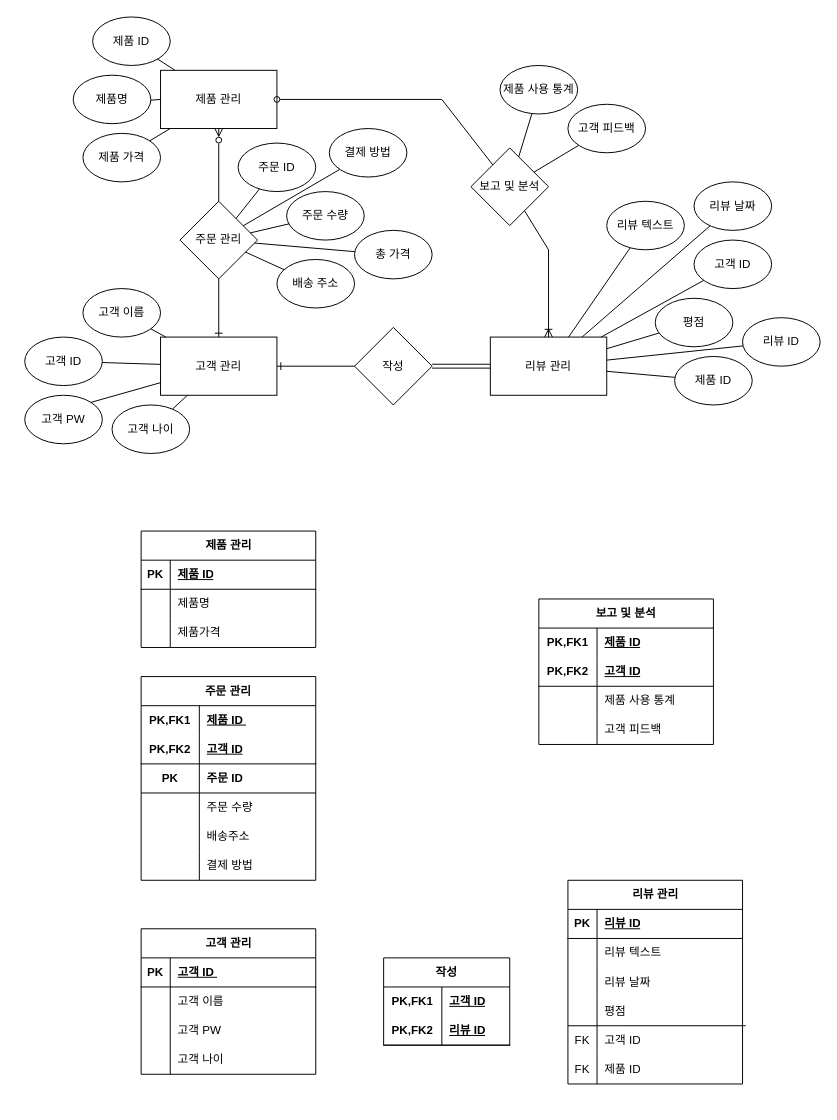
yj1508/S_db_ERdiagram keeps this draw.io diagram as shopping_ERdiagram.drawio. Above is the earlier version. Source tidied: cells renumbered, new cells numbered last; positions are measured from the earlier drawing's top-left corner, leaving out a move shared by most shapes. Both pictures are drawn from the tidied source at 97%, with x=0, y=0 at pixel (24, 16).
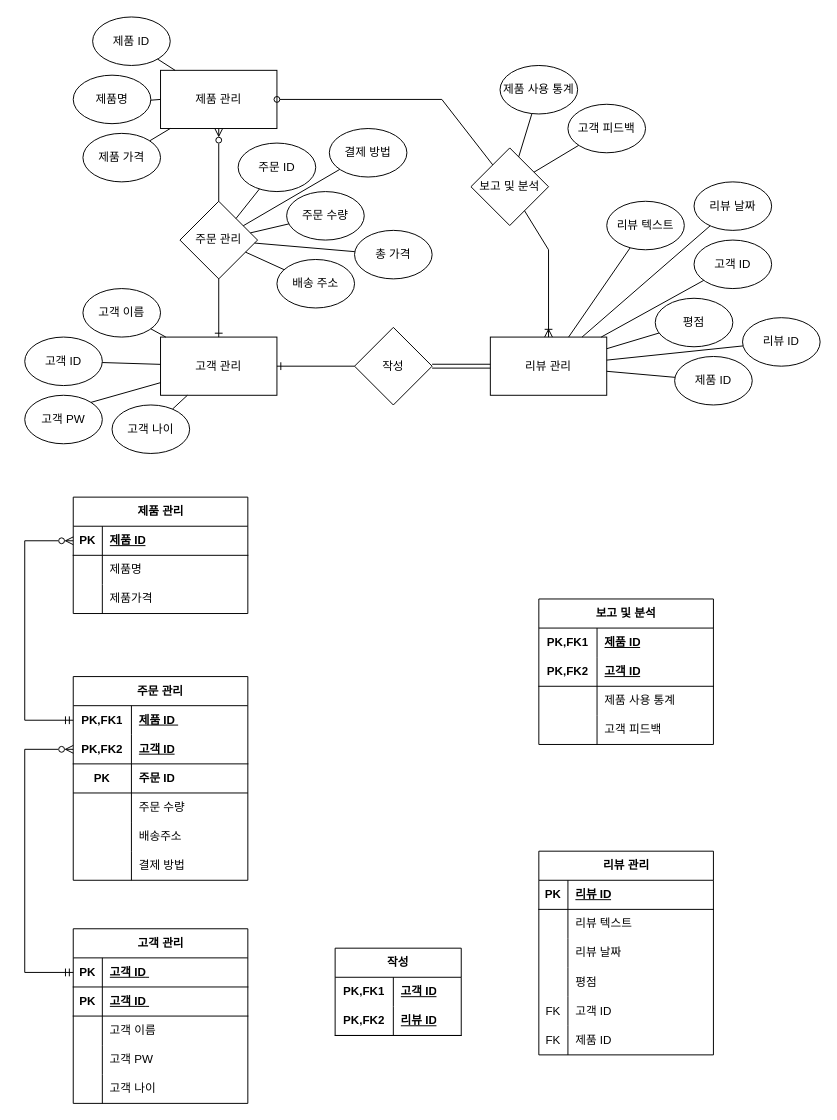
After the change.

The change refers to these unchanged cells:
```xml
<mxCell id="90" style="shape=tableRow;horizontal=0;startSize=0;swimlaneHead=0;swimlaneBody=0;fillColor=none;points=[[0,0.5],[1,0.5]];portConstraint=eastwest;top=0;left=0;right=0;bottom=0;" parent="77" vertex="1">
  <mxGeometry y="150" width="180" height="30" as="geometry" />
</mxCell>
<mxCell id="97" style="shape=tableRow;horizontal=0;startSize=0;swimlaneHead=0;swimlaneBody=0;fillColor=none;points=[[0,0.5],[1,0.5]];portConstraint=eastwest;top=0;left=0;right=0;bottom=0;html=1;" parent="96" vertex="1">
  <mxGeometry y="30" width="180" height="30" as="geometry" />
</mxCell>
```

The edit, as a diff of the source:
```diff
@@
     <mxCell id="54" value="고객 관리" style="shape=table;startSize=30;childLayout=tableLayout;rowLines=0;fontStyle=1;align=center;html=1;" parent="1" vertex="1">
-      <mxGeometry x="120" y="940" width="180" height="150" as="geometry" />
+      <mxGeometry x="50" y="940" width="180" height="180" as="geometry" />
     </mxCell>
+    <mxCell id="137" style="shape=tableRow;horizontal=0;startSize=0;swimlaneHead=0;swimlaneBody=0;fillColor=none;points=[[0,0.5],[1,0.5]];portConstraint=eastwest;top=0;left=0;right=0;bottom=1;" parent="54" vertex="1">
+      <mxGeometry y="30" width="180" height="30" as="geometry" />
+    </mxCell>
+    <mxCell id="138" value="PK" style="shape=partialRectangle;fillColor=none;top=0;left=0;bottom=0;right=0;fontStyle=1;overflow=hidden;whiteSpace=wrap;html=1;" parent="137" vertex="1">
+      <mxGeometry width="30" height="30" as="geometry" />
+    </mxCell>
+    <mxCell id="139" value="고객 ID&lt;span style=&quot;white-space: pre;&quot;&gt; &lt;/span&gt;" style="shape=partialRectangle;fillColor=none;top=0;left=0;bottom=0;right=0;align=left;spacingLeft=6;fontStyle=5;overflow=hidden;whiteSpace=wrap;html=1;" parent="137" vertex="1">
+      <mxGeometry x="30" width="150" height="30" as="geometry" />
+    </mxCell>
     <mxCell id="55" style="shape=tableRow;horizontal=0;startSize=0;swimlaneHead=0;swimlaneBody=0;fillColor=none;top=0;left=0;right=0;bottom=1;" parent="54" vertex="1">
-      <mxGeometry y="30" width="180" height="30" as="geometry" />
+      <mxGeometry y="60" width="180" height="30" as="geometry" />
     </mxCell>
@@
     <mxCell id="58" style="shape=tableRow;horizontal=0;startSize=0;swimlaneHead=0;swimlaneBody=0;fillColor=none;top=0;left=0;right=0;bottom=0;" parent="54" vertex="1">
-      <mxGeometry y="60" width="180" height="30" as="geometry" />
+      <mxGeometry y="90" width="180" height="30" as="geometry" />
     </mxCell>
@@
     <mxCell id="61" style="shape=tableRow;horizontal=0;startSize=0;swimlaneHead=0;swimlaneBody=0;fillColor=none;top=0;left=0;right=0;bottom=0;" parent="54" vertex="1">
-      <mxGeometry y="90" width="180" height="30" as="geometry" />
+      <mxGeometry y="120" width="180" height="30" as="geometry" />
     </mxCell>
@@
     <mxCell id="64" style="shape=tableRow;horizontal=0;startSize=0;swimlaneHead=0;swimlaneBody=0;fillColor=none;top=0;left=0;right=0;bottom=0;" parent="54" vertex="1">
-      <mxGeometry y="120" width="180" height="30" as="geometry" />
+      <mxGeometry y="150" width="180" height="30" as="geometry" />
     </mxCell>
@@
     <mxCell id="67" value="제품 관리" style="shape=table;startSize=30;childLayout=tableLayout;rowLines=0;fontStyle=1;align=center;html=1;" parent="1" vertex="1">
-      <mxGeometry x="120" y="530" width="180" height="120" as="geometry" />
+      <mxGeometry x="50" y="495" width="180" height="120" as="geometry" />
     </mxCell>
-    <mxCell id="68" style="shape=tableRow;horizontal=0;startSize=0;swimlaneHead=0;swimlaneBody=0;fillColor=none;top=0;left=0;right=0;bottom=1;" parent="67" vertex="1">
-      <mxGeometry y="30" width="180" height="30" as="geometry" />
-    </mxCell>
-    <mxCell id="69" value="PK" style="shape=partialRectangle;fillColor=none;top=0;left=0;bottom=0;right=0;fontStyle=1;overflow=hidden;whiteSpace=wrap;html=1;" parent="68" vertex="1">
-      <mxGeometry width="30" height="30" as="geometry" />
-    </mxCell>
+    <mxCell id="140" style="shape=tableRow;horizontal=0;startSize=0;swimlaneHead=0;swimlaneBody=0;fillColor=none;points=[[0,0.5],[1,0.5]];portConstraint=eastwest;top=0;left=0;right=0;bottom=1;" parent="67" vertex="1">
+      <mxGeometry y="30" width="180" height="30" as="geometry" />
+    </mxCell>
+    <mxCell id="141" value="PK" style="shape=partialRectangle;fillColor=none;top=0;left=0;bottom=0;right=0;fontStyle=1;overflow=hidden;whiteSpace=wrap;html=1;" parent="140" vertex="1">
+      <mxGeometry width="30" height="30" as="geometry" />
+    </mxCell>
-    <mxCell id="70" value="제품 ID" style="shape=partialRectangle;fillColor=none;top=0;left=0;bottom=0;right=0;align=left;spacingLeft=6;fontStyle=5;overflow=hidden;whiteSpace=wrap;html=1;" parent="68" vertex="1">
+    <mxCell id="70" value="제품 ID" style="shape=partialRectangle;fillColor=none;top=0;left=0;bottom=0;right=0;align=left;spacingLeft=6;fontStyle=5;overflow=hidden;whiteSpace=wrap;html=1;" parent="140" vertex="1">
       <mxGeometry x="30" width="150" height="30" as="geometry" />
     </mxCell>
@@
     <mxCell id="77" value="리뷰 관리" style="shape=table;startSize=30;childLayout=tableLayout;rowLines=0;fontStyle=1;align=center;html=1;" parent="1" vertex="1">
-      <mxGeometry x="560" y="890" width="180" height="210" as="geometry" />
+      <mxGeometry x="530" y="860" width="180" height="210" as="geometry" />
     </mxCell>
@@
     <mxCell id="96" value="주문 관리" style="shape=table;startSize=30;childLayout=tableLayout;rowLines=0;fontStyle=1;align=center;html=1;whiteSpace=wrap;" parent="1" vertex="1">
-      <mxGeometry x="120" y="680" width="180" height="210" as="geometry" />
+      <mxGeometry x="50" y="680" width="180" height="210" as="geometry" />
     </mxCell>
@@
     <mxCell id="115" style="endArrow=none;html=1;rounded=0;" parent="1" edge="1">
       <mxGeometry relative="1" as="geometry">
-        <mxPoint x="120" y="800" as="sourcePoint" />
-        <mxPoint x="300" y="800" as="targetPoint" />
+        <mxPoint x="50" y="800" as="sourcePoint" />
+        <mxPoint x="230" y="800" as="targetPoint" />
       </mxGeometry>
     </mxCell>
-    <mxCell id="116" style="endArrow=none;html=1;rounded=0;entryX=1.018;entryY=-0.002;entryDx=0;entryDy=0;entryPerimeter=0;" parent="1" edge="1" target="90">
-      <mxGeometry relative="1" as="geometry">
-        <mxPoint x="560" y="1040" as="sourcePoint" />
-      </mxGeometry>
-    </mxCell>
     <mxCell id="117" value="작성" style="shape=table;startSize=30;childLayout=tableLayout;rowLines=0;fontStyle=1;align=center;html=1;whiteSpace=wrap;" parent="1" vertex="1">
-      <mxGeometry x="370" y="970" width="130" height="90" as="geometry" />
+      <mxGeometry x="320" y="960" width="130" height="90" as="geometry" />
     </mxCell>
@@
+    <mxCell id="142" style="endArrow=ERzeroToMany;html=1;rounded=0;entryX=0;entryY=0.5;entryDx=0;entryDy=0;exitX=0;exitY=0.5;exitDx=0;exitDy=0;startArrow=ERmandOne;startFill=0;endFill=0;" parent="1" edge="1" source="97" target="140">
+      <mxGeometry relative="1" as="geometry">
+        <Array as="points">
+          <mxPoint y="725" />
+          <mxPoint y="540" />
+        </Array>
+      </mxGeometry>
+    </mxCell>
+    <mxCell id="143" style="endArrow=ERzeroToMany;html=1;rounded=0;entryX=0;entryY=0.5;entryDx=0;entryDy=0;startArrow=ERmandOne;startFill=0;endFill=0;exitX=0;exitY=0.5;exitDx=0;exitDy=0;" parent="1" edge="1" source="137">
+      <mxGeometry relative="1" as="geometry">
+        <mxPoint x="50" y="755" as="targetPoint" />
+        <Array as="points">
+          <mxPoint y="985" />
+          <mxPoint y="755" />
+        </Array>
+      </mxGeometry>
+    </mxCell>
```
